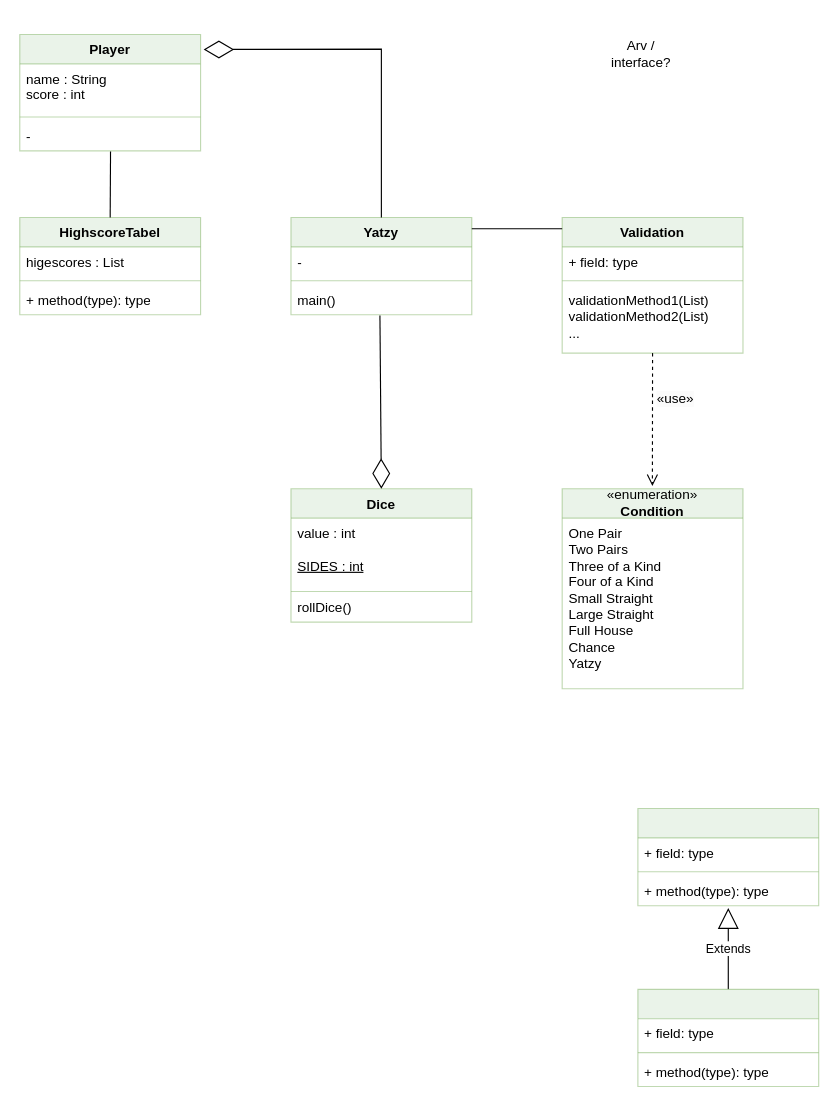
This is Yatzy_grupp_8.drawio from JoakimSkappegard/Diagram, a draw.io file, before an edit. Source tidied: cells renumbered, new cells numbered last; positions are measured from the earlier drawing's top-left corner, leaving out a move shared by most shapes. Both pictures are drawn from the tidied source at 113%, with x=0, y=0 at pixel (19, 34).
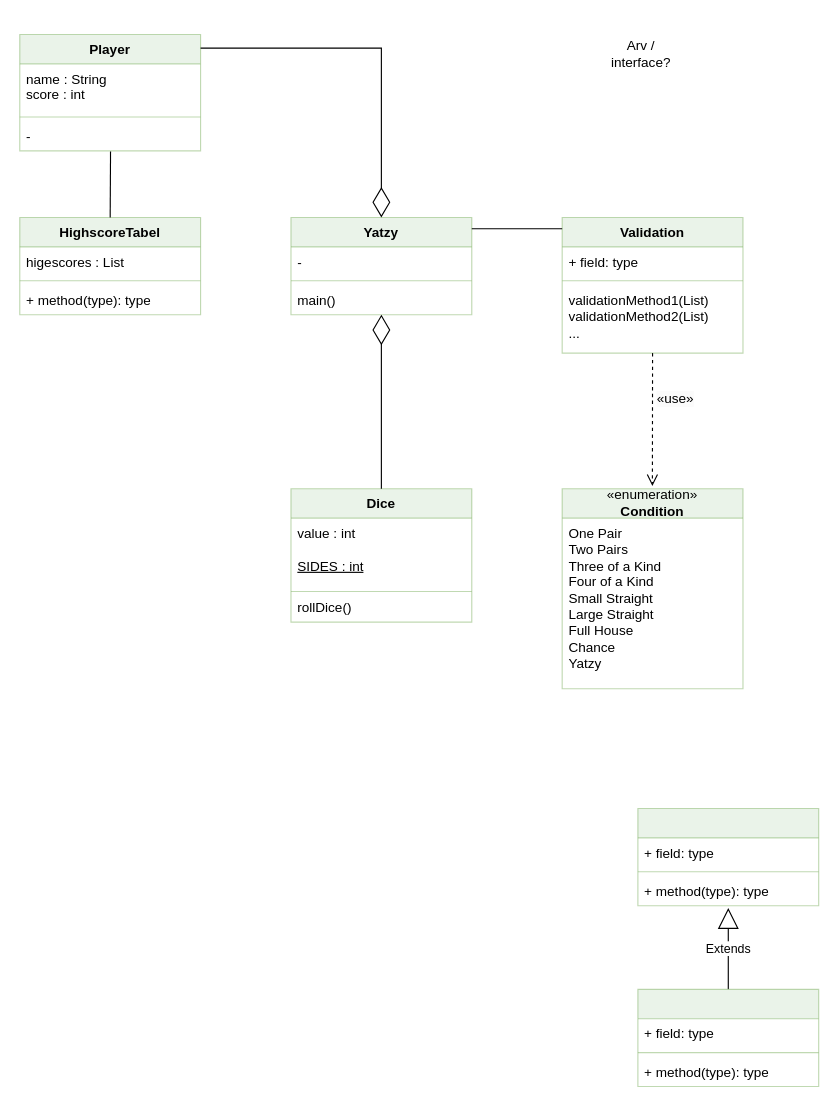
The same page after the edit.

Commit message:
Changed "relation-lines"

The change refers to these unchanged cells:
```xml
<mxCell id="2" value="Dice" style="swimlane;fontStyle=1;align=center;verticalAlign=top;horizontal=1;startSize=26;whiteSpace=wrap;html=1;fillColor=#d5e8d4;strokeColor=#82b366;opacity=50;" parent="1" vertex="1">
  <mxGeometry x="240" y="402" width="160" height="118" as="geometry" />
</mxCell>
<mxCell id="6" value="Player" style="swimlane;fontStyle=1;align=center;verticalAlign=top;horizontal=1;startSize=26;whiteSpace=wrap;html=1;fillColor=#d5e8d4;strokeColor=#82b366;opacity=50;" parent="1" vertex="1">
  <mxGeometry width="160" height="103" as="geometry" />
</mxCell>
<mxCell id="14" value="Yatzy" style="swimlane;fontStyle=1;align=center;verticalAlign=top;horizontal=1;startSize=26;whiteSpace=wrap;html=1;fillColor=#d5e8d4;strokeColor=#82b366;opacity=50;" parent="1" vertex="1">
  <mxGeometry x="240" y="162" width="160" height="86" as="geometry" />
</mxCell>
<mxCell id="17" value="main()" style="text;strokeColor=none;fillColor=none;align=left;verticalAlign=top;spacingLeft=4;spacingRight=4;overflow=hidden;points=[[0,0.5],[1,0.5]];portConstraint=eastwest;whiteSpace=wrap;html=1;" parent="14" vertex="1">
  <mxGeometry y="60" width="160" height="26" as="geometry" />
</mxCell>
```

Change to the diagram source:
```diff
@@
-    <mxCell id="37" style="endArrow=diamondThin;endFill=0;endSize=24;html=1;rounded=0;exitX=0.492;exitY=1.026;exitDx=0;exitDy=0;exitPerimeter=0;entryX=0.5;entryY=0;entryDx=0;entryDy=0;" parent="1" edge="1" source="17" target="2">
+    <mxCell id="37" style="endArrow=diamondThin;endFill=0;endSize=24;html=1;rounded=0;entryX=0.5;entryY=1;entryDx=0;entryDy=0;exitX=0.5;exitY=0;exitDx=0;exitDy=0;" parent="1" edge="1" source="2" target="14">
       <mxGeometry relative="1" as="geometry" />
     </mxCell>
-    <mxCell id="38" style="endArrow=diamondThin;endFill=0;endSize=24;html=1;rounded=0;entryX=1.017;entryY=0.129;entryDx=0;entryDy=0;entryPerimeter=0;exitX=0.5;exitY=0;exitDx=0;exitDy=0;" parent="1" edge="1" source="14" target="6">
+    <mxCell id="38" style="endArrow=diamondThin;endFill=0;endSize=24;html=1;rounded=0;exitX=1;exitY=0.117;exitDx=0;exitDy=0;exitPerimeter=0;entryX=0.5;entryY=0;entryDx=0;entryDy=0;" parent="1" edge="1" source="6" target="14">
       <mxGeometry relative="1" as="geometry">
         <Array as="points">
-          <mxPoint x="320" y="13" />
+          <mxPoint x="320" y="12" />
         </Array>
       </mxGeometry>
     </mxCell>
```
